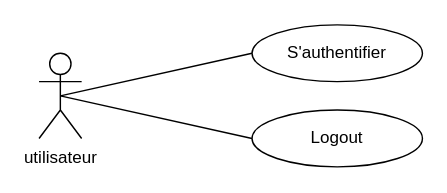
This is auth.drawio from PFE-Neoledge-2023/rapport, a draw.io file, before an edit. Source tidied: cells renumbered, new cells numbered last; positions are measured from the earlier drawing's top-left corner, leaving out a move shared by most shapes. Both pictures are drawn from the tidied source at 142%, with x=0, y=0 at pixel (38, 24).
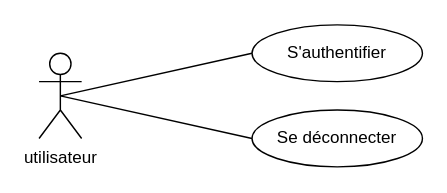
The same page after the edit.

Change to the diagram source:
```diff
@@
 <mxGraphModel>
   <root>
     <mxCell id="0" />
     <mxCell id="1" parent="0" />
     <mxCell id="2" value="utilisateur" style="shape=umlActor;verticalLabelPosition=bottom;verticalAlign=top;html=1;outlineConnect=0;" parent="1" vertex="1">
       <mxGeometry y="20" width="30" height="60" as="geometry" />
     </mxCell>
     <mxCell id="3" style="endArrow=none;html=1;exitX=0.5;exitY=0.5;exitDx=0;exitDy=0;exitPerimeter=0;" parent="1" edge="1" source="2">
       <mxGeometry relative="1" as="geometry">
         <mxPoint x="150" y="20" as="targetPoint" />
       </mxGeometry>
     </mxCell>
     <mxCell id="4" style="endArrow=none;html=1;exitX=0.5;exitY=0.5;exitDx=0;exitDy=0;exitPerimeter=0;entryX=0;entryY=0.5;entryDx=0;entryDy=0;" parent="1" edge="1" source="2" target="7">
       <mxGeometry relative="1" as="geometry" />
     </mxCell>
     <mxCell id="5" style="group;" parent="1" vertex="1">
       <mxGeometry x="150" width="120" height="100" as="geometry" />
     </mxCell>
     <mxCell id="6" value="S'authentifier" style="ellipse;whiteSpace=wrap;html=1;" parent="5" vertex="1">
       <mxGeometry width="120" height="40" as="geometry" />
     </mxCell>
-    <mxCell id="7" value="Logout" style="ellipse;whiteSpace=wrap;html=1;" parent="5" vertex="1">
+    <mxCell id="7" value="Se déconnecter" style="ellipse;whiteSpace=wrap;html=1;" parent="5" vertex="1">
       <mxGeometry y="60" width="120" height="40" as="geometry" />
     </mxCell>
   </root>
 </mxGraphModel>
```
